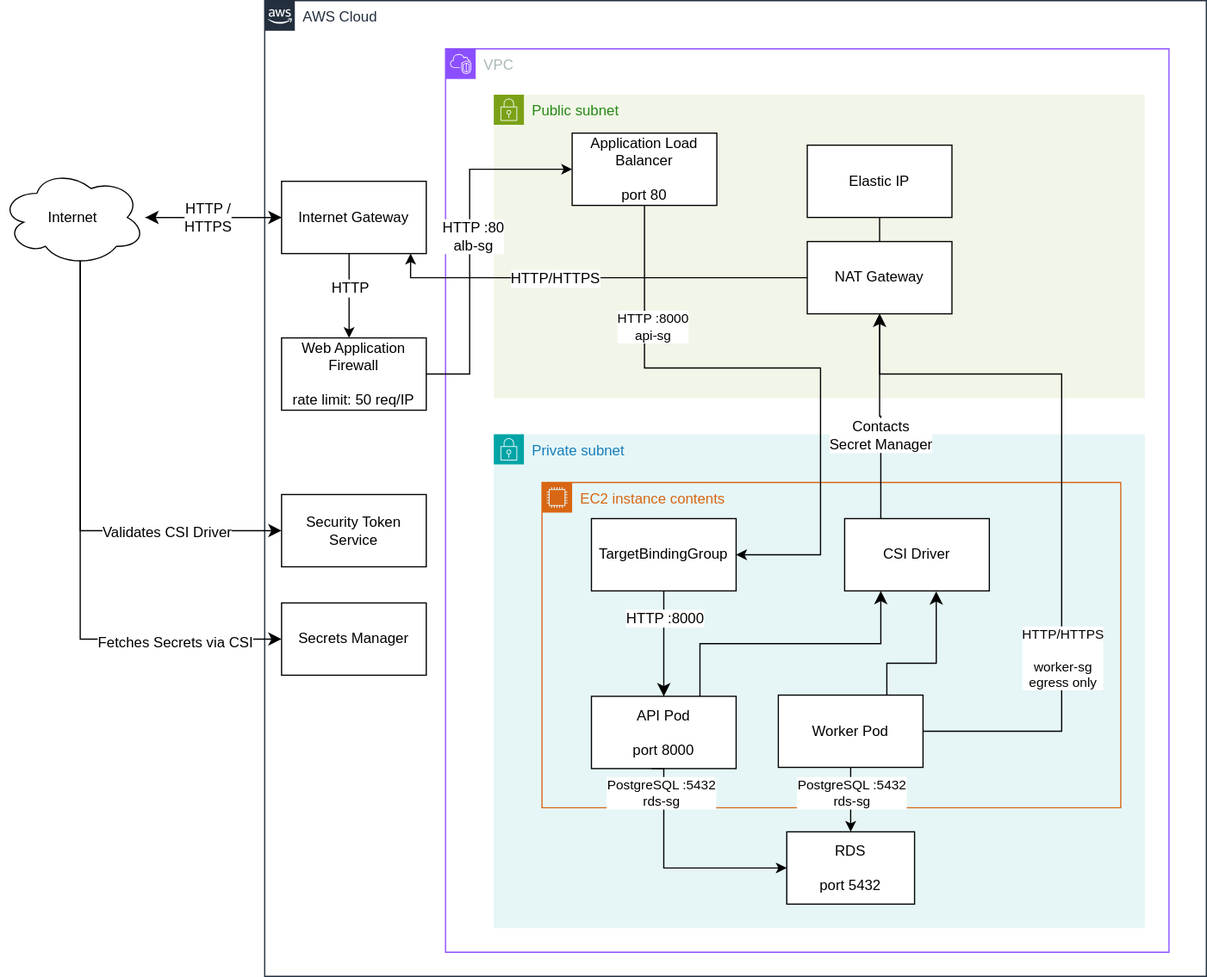
Before: diagram.svg, a diagram exported from draw.io (cmichaelsd/WebScraper). Source tidied: cells renumbered, new cells last; positions are measured from the earlier drawing's top-left corner, leaving out a move shared by most shapes.
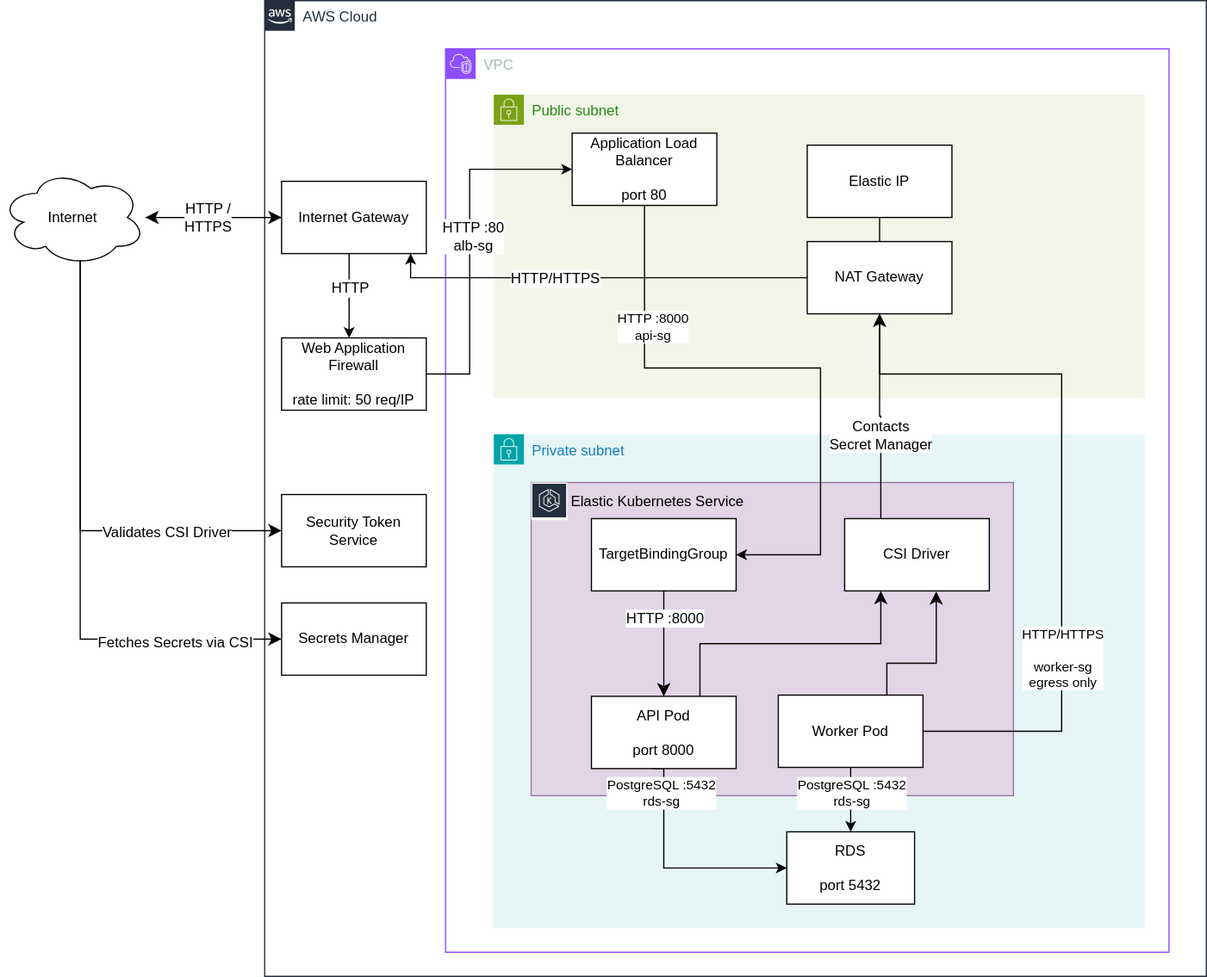
Above is the later version.

Commit message:
corrects saying ec2 instead of eks.

The edit, as a diff of the source:
```diff
@@ -26,19 +26,53 @@
     <mxCell id="9" value="Private subnet" style="gradientColor=none;html=1;whiteSpace=wrap;fontSize=12;fontStyle=0;shape=mxgraph.aws4.group;grIcon=mxgraph.aws4.group_security_group;grStroke=0;strokeColor=#00A4A6;fillColor=#E6F6F7;verticalAlign=top;align=left;spacingLeft=30;fontColor=#147EBA;dashed=0;" parent="3" vertex="1">
       <mxGeometry x="40" y="320" width="540" height="410" as="geometry" />
     </mxCell>
-    <mxCell id="10" value="EC2 instance contents" style="gradientColor=none;html=1;whiteSpace=wrap;fontSize=12;fontStyle=0;shape=mxgraph.aws4.group;grIcon=mxgraph.aws4.group_ec2_instance_contents;strokeColor=#D86613;fillColor=none;verticalAlign=top;align=left;spacingLeft=30;fontColor=#D86613;dashed=0;" parent="9" vertex="1">
-      <mxGeometry x="40" y="40" width="480" height="270" as="geometry" />
-    </mxCell>
+    <mxCell id="19" value="RDS&lt;div&gt;&lt;br&gt;&lt;/div&gt;&lt;div&gt;port 5432&lt;/div&gt;" style="rounded=0;whiteSpace=wrap;html=1;" parent="9" vertex="1">
+      <mxGeometry x="243" y="330" width="106" height="60" as="geometry" />
+    </mxCell>
+    <mxCell id="48" style="group;" parent="9" vertex="1">
+      <mxGeometry x="31" y="40" width="400" height="260" as="geometry" />
+    </mxCell>
+    <mxCell id="49" style="rounded=0;whiteSpace=wrap;html=1;fillColor=#e1d5e7;strokeColor=#9673a6;" parent="48" vertex="1">
+      <mxGeometry width="400" height="260" as="geometry" />
+    </mxCell>
+    <mxCell id="50" style="sketch=0;fontColor=#232F3E;gradientColor=none;strokeColor=#ffffff;fillColor=#232F3E;dashed=0;verticalLabelPosition=middle;verticalAlign=bottom;align=center;html=1;whiteSpace=wrap;fontSize=10;fontStyle=1;spacing=3;shape=mxgraph.aws4.productIcon;prIcon=mxgraph.aws4.eks;" parent="48" vertex="1">
+      <mxGeometry width="30" height="31.2" as="geometry" />
+    </mxCell>
+    <mxCell id="51" value="Elastic Kubernetes Service" style="text;html=1;whiteSpace=wrap;strokeColor=none;fillColor=none;align=center;verticalAlign=middle;rounded=0;" parent="48" vertex="1">
+      <mxGeometry x="30" width="150" height="31.2" as="geometry" />
+    </mxCell>
+    <mxCell id="20" style="edgeStyle=orthogonalEdgeStyle;rounded=0;jettySize=auto;html=1;exitX=0.5;exitY=1;exitDx=0;exitDy=0;" parent="9" edge="1" target="19">
+      <mxGeometry relative="1" as="geometry">
+        <mxPoint x="131" y="277.5" as="sourcePoint" />
+        <Array as="points">
+          <mxPoint x="141" y="278" />
+          <mxPoint x="141" y="360" />
+        </Array>
+      </mxGeometry>
+    </mxCell>
+    <mxCell id="21" value="PostgreSQL :5432&lt;br&gt;rds-sg" style="edgeLabel;html=1;align=center;verticalAlign=middle;" parent="20" vertex="1">
+      <mxGeometry x="-0.41" y="-3" relative="1" as="geometry">
+        <mxPoint y="-27" as="offset" />
+      </mxGeometry>
+    </mxCell>
+    <mxCell id="22" style="edgeStyle=orthogonalEdgeStyle;rounded=0;jettySize=auto;html=1;" parent="9" edge="1" source="13" target="19">
+      <mxGeometry relative="1" as="geometry" />
+    </mxCell>
+    <mxCell id="23" value="PostgreSQL :5432&lt;br&gt;rds-sg" style="edgeLabel;html=1;align=center;verticalAlign=middle;" parent="22" vertex="1">
+      <mxGeometry x="-0.23" y="-2" relative="1" as="geometry">
+        <mxPoint x="2" as="offset" />
+      </mxGeometry>
+    </mxCell>
-    <mxCell id="11" style="edgeStyle=orthogonalEdgeStyle;rounded=0;jettySize=auto;html=1;exitX=0.75;exitY=0;exitDx=0;exitDy=0;entryX=0.25;entryY=1;entryDx=0;entryDy=0;fontSize=12;startSize=8;endSize=8;" parent="10" edge="1" source="12" target="17">
+    <mxCell id="11" style="edgeStyle=orthogonalEdgeStyle;rounded=0;jettySize=auto;html=1;exitX=0.75;exitY=0;exitDx=0;exitDy=0;entryX=0.25;entryY=1;entryDx=0;entryDy=0;fontSize=12;startSize=8;endSize=8;" parent="9" edge="1" source="12" target="17">
       <mxGeometry relative="1" as="geometry" />
     </mxCell>
-    <mxCell id="12" value="API Pod&lt;div&gt;&lt;br&gt;&lt;/div&gt;&lt;div&gt;port 8000&lt;/div&gt;" style="rounded=0;whiteSpace=wrap;html=1;" parent="10" vertex="1">
-      <mxGeometry x="41" y="177.5" width="120" height="60" as="geometry" />
+    <mxCell id="12" value="API Pod&lt;div&gt;&lt;br&gt;&lt;/div&gt;&lt;div&gt;port 8000&lt;/div&gt;" style="rounded=0;whiteSpace=wrap;html=1;" parent="9" vertex="1">
+      <mxGeometry x="81" y="217.5" width="120" height="60" as="geometry" />
     </mxCell>
-    <mxCell id="13" value="Worker Pod" style="rounded=0;whiteSpace=wrap;html=1;" parent="10" vertex="1">
-      <mxGeometry x="196" y="176.5" width="120" height="60" as="geometry" />
+    <mxCell id="13" value="Worker Pod" style="rounded=0;whiteSpace=wrap;html=1;" parent="9" vertex="1">
+      <mxGeometry x="236" y="216.5" width="120" height="60" as="geometry" />
     </mxCell>
-    <mxCell id="14" style="edgeStyle=none;curved=1;rounded=0;jettySize=auto;html=1;fontSize=12;startSize=8;endSize=8;" parent="10" edge="1" source="16" target="12">
+    <mxCell id="14" style="edgeStyle=none;curved=1;rounded=0;jettySize=auto;html=1;fontSize=12;startSize=8;endSize=8;" parent="9" edge="1" source="16" target="12">
       <mxGeometry relative="1" as="geometry" />
     </mxCell>
     <mxCell id="15" value="HTTP :8000" style="edgeLabel;html=1;align=center;verticalAlign=middle;fontSize=12;" parent="14" vertex="1">
@@ -46,45 +80,20 @@
         <mxPoint y="-10" as="offset" />
       </mxGeometry>
     </mxCell>
-    <mxCell id="16" value="TargetBindingGroup" style="whiteSpace=wrap;html=1;rounded=0;" parent="10" vertex="1">
-      <mxGeometry x="41" y="30" width="120" height="60" as="geometry" />
+    <mxCell id="16" value="TargetBindingGroup" style="whiteSpace=wrap;html=1;rounded=0;" parent="9" vertex="1">
+      <mxGeometry x="81" y="70" width="120" height="60" as="geometry" />
     </mxCell>
-    <mxCell id="17" value="CSI Driver" style="whiteSpace=wrap;html=1;rounded=0;" parent="10" vertex="1">
-      <mxGeometry x="251" y="30" width="120" height="60" as="geometry" />
+    <mxCell id="17" value="CSI Driver" style="whiteSpace=wrap;html=1;rounded=0;" parent="9" vertex="1">
+      <mxGeometry x="291" y="70" width="120" height="60" as="geometry" />
     </mxCell>
-    <mxCell id="18" style="edgeStyle=orthogonalEdgeStyle;rounded=0;jettySize=auto;html=1;exitX=0.75;exitY=0;exitDx=0;exitDy=0;entryX=0.633;entryY=1.006;entryDx=0;entryDy=0;entryPerimeter=0;fontSize=12;startSize=8;endSize=8;" parent="10" edge="1" source="13" target="17">
+    <mxCell id="18" style="edgeStyle=orthogonalEdgeStyle;rounded=0;jettySize=auto;html=1;exitX=0.75;exitY=0;exitDx=0;exitDy=0;entryX=0.633;entryY=1.006;entryDx=0;entryDy=0;entryPerimeter=0;fontSize=12;startSize=8;endSize=8;" parent="9" edge="1" source="13" target="17">
       <mxGeometry relative="1" as="geometry">
         <Array as="points">
-          <mxPoint x="286" y="150" />
-          <mxPoint x="327" y="150" />
+          <mxPoint x="326" y="190" />
+          <mxPoint x="367" y="190" />
         </Array>
       </mxGeometry>
     </mxCell>
-    <mxCell id="19" value="RDS&lt;div&gt;&lt;br&gt;&lt;/div&gt;&lt;div&gt;port 5432&lt;/div&gt;" style="rounded=0;whiteSpace=wrap;html=1;" parent="9" vertex="1">
-      <mxGeometry x="243" y="330" width="106" height="60" as="geometry" />
-    </mxCell>
-    <mxCell id="20" style="edgeStyle=orthogonalEdgeStyle;rounded=0;jettySize=auto;html=1;exitX=0.5;exitY=1;exitDx=0;exitDy=0;" parent="9" edge="1" target="19">
-      <mxGeometry relative="1" as="geometry">
-        <mxPoint x="131" y="277.5" as="sourcePoint" />
-        <Array as="points">
-          <mxPoint x="141" y="278" />
-          <mxPoint x="141" y="360" />
-        </Array>
-      </mxGeometry>
-    </mxCell>
-    <mxCell id="21" value="PostgreSQL :5432&lt;br&gt;rds-sg" style="edgeLabel;html=1;align=center;verticalAlign=middle;" parent="20" vertex="1">
-      <mxGeometry x="-0.41" y="-3" relative="1" as="geometry">
-        <mxPoint y="-27" as="offset" />
-      </mxGeometry>
-    </mxCell>
-    <mxCell id="22" style="edgeStyle=orthogonalEdgeStyle;rounded=0;jettySize=auto;html=1;" parent="9" edge="1" source="13" target="19">
-      <mxGeometry relative="1" as="geometry" />
-    </mxCell>
-    <mxCell id="23" value="PostgreSQL :5432&lt;br&gt;rds-sg" style="edgeLabel;html=1;align=center;verticalAlign=middle;" parent="22" vertex="1">
-      <mxGeometry x="-0.23" y="-2" relative="1" as="geometry">
-        <mxPoint x="2" as="offset" />
-      </mxGeometry>
-    </mxCell>
     <mxCell id="24" style="edgeStyle=orthogonalEdgeStyle;rounded=0;jettySize=auto;html=1;" parent="3" edge="1" source="7" target="16">
       <mxGeometry relative="1" as="geometry">
         <Array as="points">
```
